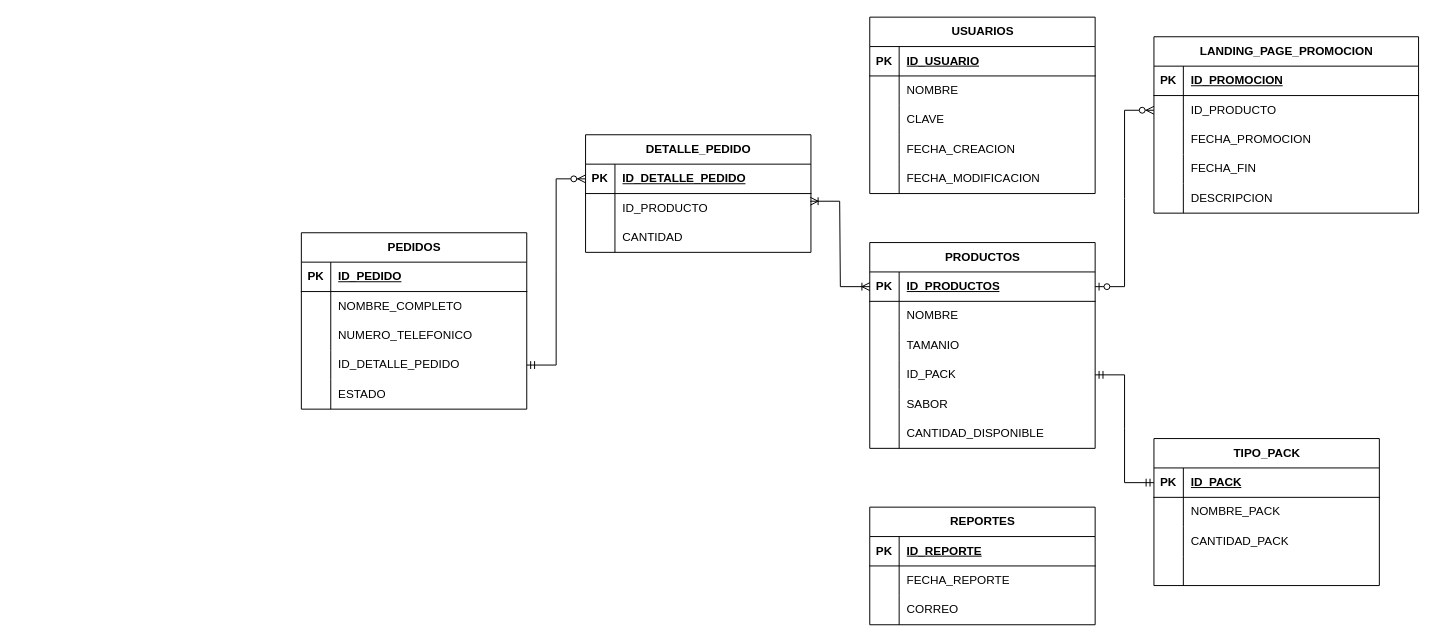
The draw.io diagram DB_Entidad_Relacion.drawio in DavidSantana872/GBar, before the edit. Source tidied: cells renumbered, new cells numbered last; positions are measured from the earlier drawing's top-left corner, leaving out a move shared by most shapes. Both pictures are drawn from the tidied source at 98%, with x=0, y=0 at pixel (271, 17).
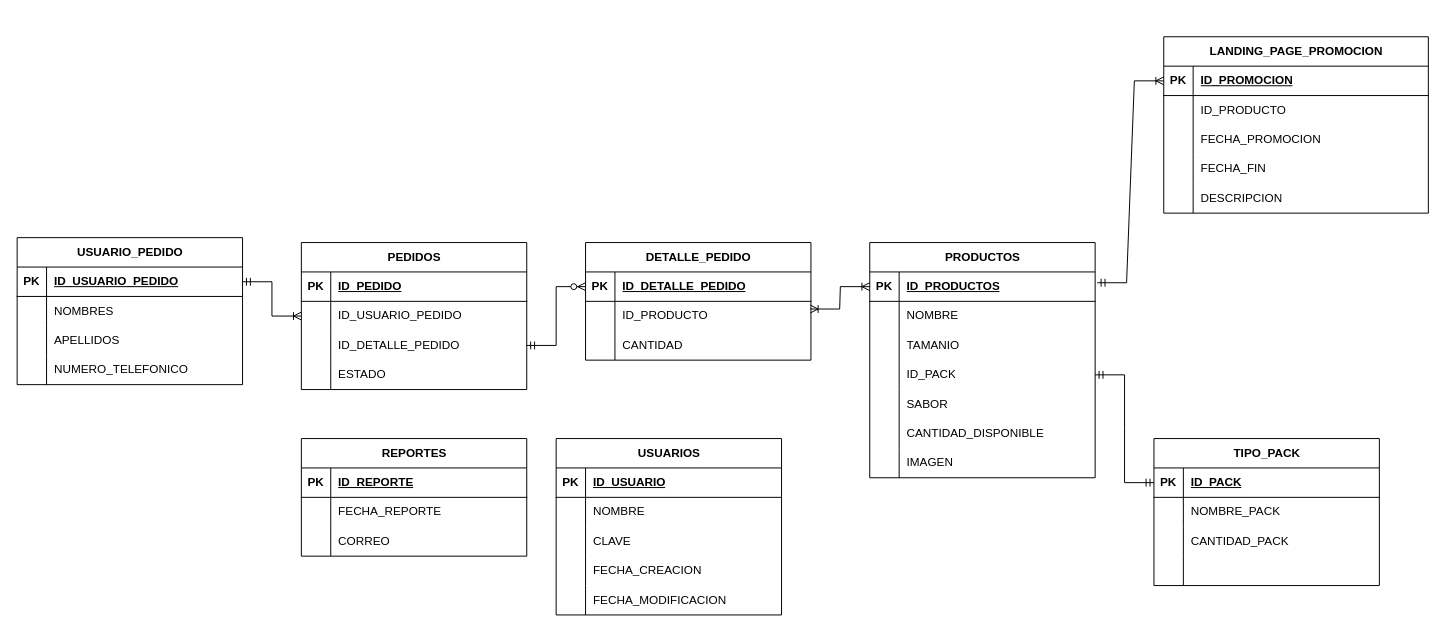
The same page after the edit.

The change refers to these unchanged cells:
```xml
<mxCell id="3" style="shape=tableRow;horizontal=0;startSize=0;swimlaneHead=0;swimlaneBody=0;fillColor=none;points=[[0,0.5],[1,0.5]];portConstraint=eastwest;top=0;left=0;right=0;bottom=1;" parent="2" vertex="1">
  <mxGeometry y="30" width="230" height="30" as="geometry" />
</mxCell>
<mxCell id="39" style="shape=tableRow;horizontal=0;startSize=0;swimlaneHead=0;swimlaneBody=0;fillColor=none;points=[[0,0.5],[1,0.5]];portConstraint=eastwest;top=0;left=0;right=0;bottom=0;" parent="35" vertex="1">
  <mxGeometry y="60" width="230" height="30" as="geometry" />
</mxCell>
<mxCell id="68" style="shape=tableRow;horizontal=0;startSize=0;swimlaneHead=0;swimlaneBody=0;fillColor=none;points=[[0,0.5],[1,0.5]];portConstraint=eastwest;top=0;left=0;right=0;bottom=1;" parent="67" vertex="1">
  <mxGeometry y="30" width="270" height="30" as="geometry" />
</mxCell>
<mxCell id="71" style="shape=tableRow;horizontal=0;startSize=0;swimlaneHead=0;swimlaneBody=0;fillColor=none;points=[[0,0.5],[1,0.5]];portConstraint=eastwest;top=0;left=0;right=0;bottom=0;" parent="67" vertex="1">
  <mxGeometry y="60" width="270" height="30" as="geometry" />
</mxCell>
```

Change to the diagram source:
```diff
@@
     <mxCell id="2" value="PRODUCTOS" style="shape=table;startSize=30;childLayout=tableLayout;rowLines=0;fontStyle=1;align=center;html=1;" parent="1" vertex="1">
-      <mxGeometry x="610" y="230" width="230" height="210" as="geometry" />
+      <mxGeometry x="610" y="230" width="230" height="240" as="geometry" />
     </mxCell>
@@
+    <mxCell id="106" style="shape=tableRow;horizontal=0;startSize=0;swimlaneHead=0;swimlaneBody=0;fillColor=none;top=0;left=0;right=0;bottom=0;" parent="2" vertex="1">
+      <mxGeometry y="210" width="230" height="30" as="geometry" />
+    </mxCell>
+    <mxCell id="107" style="shape=partialRectangle;fillColor=none;top=0;left=0;bottom=0;right=0;overflow=hidden;whiteSpace=wrap;html=1;" parent="106" vertex="1">
+      <mxGeometry width="30" height="30" as="geometry" />
+    </mxCell>
+    <mxCell id="108" value="IMAGEN" style="shape=partialRectangle;fillColor=none;top=0;left=0;bottom=0;right=0;align=left;spacingLeft=6;overflow=hidden;whiteSpace=wrap;html=1;" parent="106" vertex="1">
+      <mxGeometry x="30" width="200" height="30" as="geometry" />
+    </mxCell>
@@
     <mxCell id="35" value="PEDIDOS" style="shape=table;startSize=30;childLayout=tableLayout;rowLines=0;fontStyle=1;align=center;html=1;" parent="1" vertex="1">
-      <mxGeometry x="30" y="220" width="230" height="180" as="geometry" />
+      <mxGeometry x="30" y="230" width="230" height="150" as="geometry" />
     </mxCell>
@@
-    <mxCell id="41" value="NOMBRE_COMPLETO" style="shape=partialRectangle;fillColor=none;top=0;left=0;bottom=0;right=0;align=left;spacingLeft=6;overflow=hidden;whiteSpace=wrap;html=1;" parent="39" vertex="1">
+    <mxCell id="41" value="ID_USUARIO_PEDIDO" style="shape=partialRectangle;fillColor=none;top=0;left=0;bottom=0;right=0;align=left;spacingLeft=6;overflow=hidden;whiteSpace=wrap;html=1;" parent="39" vertex="1">
       <mxGeometry x="30" width="200" height="30" as="geometry" />
     </mxCell>
-    <mxCell id="42" style="shape=tableRow;horizontal=0;startSize=0;swimlaneHead=0;swimlaneBody=0;fillColor=none;top=0;left=0;right=0;bottom=0;" parent="35" vertex="1">
-      <mxGeometry y="90" width="230" height="30" as="geometry" />
-    </mxCell>
-    <mxCell id="43" style="shape=partialRectangle;fillColor=none;top=0;left=0;bottom=0;right=0;overflow=hidden;whiteSpace=wrap;html=1;" parent="42" vertex="1">
-      <mxGeometry width="30" height="30" as="geometry" />
-    </mxCell>
-    <mxCell id="44" value="NUMERO_TELEFONICO&amp;nbsp;" style="shape=partialRectangle;fillColor=none;top=0;left=0;bottom=0;right=0;align=left;spacingLeft=6;overflow=hidden;whiteSpace=wrap;html=1;" parent="42" vertex="1">
-      <mxGeometry x="30" width="200" height="30" as="geometry" />
-    </mxCell>
     <mxCell id="45" style="shape=tableRow;horizontal=0;startSize=0;swimlaneHead=0;swimlaneBody=0;fillColor=none;points=[[0,0.5],[1,0.5]];portConstraint=eastwest;top=0;left=0;right=0;bottom=0;" parent="35" vertex="1">
-      <mxGeometry y="120" width="230" height="30" as="geometry" />
+      <mxGeometry y="90" width="230" height="30" as="geometry" />
     </mxCell>
@@
     <mxCell id="48" style="shape=tableRow;horizontal=0;startSize=0;swimlaneHead=0;swimlaneBody=0;fillColor=none;top=0;left=0;right=0;bottom=0;" parent="35" vertex="1">
-      <mxGeometry y="150" width="230" height="30" as="geometry" />
+      <mxGeometry y="120" width="230" height="30" as="geometry" />
     </mxCell>
@@
     <mxCell id="51" value="USUARIOS" style="shape=table;startSize=30;childLayout=tableLayout;rowLines=0;fontStyle=1;align=center;html=1;" parent="1" vertex="1">
-      <mxGeometry x="610" width="230" height="180" as="geometry" />
+      <mxGeometry x="290" y="430" width="230" height="180" as="geometry" />
     </mxCell>
@@
     <mxCell id="67" value="LANDING_PAGE_PROMOCION" style="shape=table;startSize=30;childLayout=tableLayout;rowLines=0;fontStyle=1;align=center;html=1;" parent="1" vertex="1">
-      <mxGeometry x="900" y="20" width="270" height="180" as="geometry" />
+      <mxGeometry x="910" y="20" width="270" height="180" as="geometry" />
     </mxCell>
@@
-    <mxCell id="83" style="edgeStyle=entityRelationEdgeStyle;fontSize=12;html=1;endArrow=ERzeroToMany;startArrow=ERzeroToOne;rounded=0;exitX=1;exitY=0.5;exitDx=0;exitDy=0;entryX=0;entryY=0.5;entryDx=0;entryDy=0;" parent="1" edge="1" source="3" target="71">
-      <mxGeometry relative="1" as="geometry" />
-    </mxCell>
@@
     <mxCell id="85" value="REPORTES" style="shape=table;startSize=30;childLayout=tableLayout;rowLines=0;fontStyle=1;align=center;html=1;" parent="1" vertex="1">
-      <mxGeometry x="610" y="500" width="230" height="120" as="geometry" />
+      <mxGeometry x="30" y="430" width="230" height="120" as="geometry" />
     </mxCell>
@@
     <mxCell id="95" value="DETALLE_PEDIDO" style="shape=table;startSize=30;childLayout=tableLayout;rowLines=0;fontStyle=1;align=center;html=1;" parent="1" vertex="1">
-      <mxGeometry x="320" y="120" width="230" height="120" as="geometry" />
+      <mxGeometry x="320" y="230" width="230" height="120" as="geometry" />
     </mxCell>
@@
+    <mxCell id="109" value="USUARIO_PEDIDO" style="shape=table;startSize=30;childLayout=tableLayout;rowLines=0;fontStyle=1;align=center;html=1;" parent="1" vertex="1">
+      <mxGeometry x="-260" y="225" width="230" height="150" as="geometry" />
+    </mxCell>
+    <mxCell id="110" style="shape=tableRow;horizontal=0;startSize=0;swimlaneHead=0;swimlaneBody=0;fillColor=none;points=[[0,0.5],[1,0.5]];portConstraint=eastwest;top=0;left=0;right=0;bottom=1;" parent="109" vertex="1">
+      <mxGeometry y="30" width="230" height="30" as="geometry" />
+    </mxCell>
+    <mxCell id="111" value="PK" style="shape=partialRectangle;fillColor=none;top=0;left=0;bottom=0;right=0;fontStyle=1;overflow=hidden;whiteSpace=wrap;html=1;" parent="110" vertex="1">
+      <mxGeometry width="30" height="30" as="geometry" />
+    </mxCell>
+    <mxCell id="112" value="ID_USUARIO_PEDIDO" style="shape=partialRectangle;fillColor=none;top=0;left=0;bottom=0;right=0;align=left;spacingLeft=6;fontStyle=5;overflow=hidden;whiteSpace=wrap;html=1;" parent="110" vertex="1">
+      <mxGeometry x="30" width="200" height="30" as="geometry" />
+    </mxCell>
+    <mxCell id="113" style="shape=tableRow;horizontal=0;startSize=0;swimlaneHead=0;swimlaneBody=0;fillColor=none;top=0;left=0;right=0;bottom=0;" parent="109" vertex="1">
+      <mxGeometry y="60" width="230" height="30" as="geometry" />
+    </mxCell>
+    <mxCell id="114" style="shape=partialRectangle;fillColor=none;top=0;left=0;bottom=0;right=0;overflow=hidden;whiteSpace=wrap;html=1;" parent="113" vertex="1">
+      <mxGeometry width="30" height="30" as="geometry" />
+    </mxCell>
+    <mxCell id="115" value="NOMBRES" style="shape=partialRectangle;fillColor=none;top=0;left=0;bottom=0;right=0;align=left;spacingLeft=6;overflow=hidden;whiteSpace=wrap;html=1;" parent="113" vertex="1">
+      <mxGeometry x="30" width="200" height="30" as="geometry" />
+    </mxCell>
+    <mxCell id="42" style="shape=tableRow;horizontal=0;startSize=0;swimlaneHead=0;swimlaneBody=0;fillColor=none;top=0;left=0;right=0;bottom=0;" parent="109" vertex="1">
+      <mxGeometry y="90" width="230" height="30" as="geometry" />
+    </mxCell>
+    <mxCell id="116" style="shape=partialRectangle;fillColor=none;top=0;left=0;bottom=0;right=0;overflow=hidden;whiteSpace=wrap;html=1;" parent="42" vertex="1">
+      <mxGeometry width="30" height="30" as="geometry" />
+    </mxCell>
+    <mxCell id="117" value="APELLIDOS" style="shape=partialRectangle;fillColor=none;top=0;left=0;bottom=0;right=0;align=left;spacingLeft=6;overflow=hidden;whiteSpace=wrap;html=1;" parent="42" vertex="1">
+      <mxGeometry x="30" width="200" height="30" as="geometry" />
+    </mxCell>
+    <mxCell id="118" style="shape=tableRow;horizontal=0;startSize=0;swimlaneHead=0;swimlaneBody=0;fillColor=none;top=0;left=0;right=0;bottom=0;" parent="109" vertex="1">
+      <mxGeometry y="120" width="230" height="30" as="geometry" />
+    </mxCell>
+    <mxCell id="119" style="shape=partialRectangle;fillColor=none;top=0;left=0;bottom=0;right=0;overflow=hidden;whiteSpace=wrap;html=1;" parent="118" vertex="1">
+      <mxGeometry width="30" height="30" as="geometry" />
+    </mxCell>
+    <mxCell id="44" value="NUMERO_TELEFONICO" style="shape=partialRectangle;fillColor=none;top=0;left=0;bottom=0;right=0;align=left;spacingLeft=6;overflow=hidden;whiteSpace=wrap;html=1;" parent="118" vertex="1">
+      <mxGeometry x="30" width="200" height="30" as="geometry" />
+    </mxCell>
+    <mxCell id="120" style="edgeStyle=entityRelationEdgeStyle;fontSize=12;html=1;endArrow=ERoneToMany;startArrow=ERmandOne;rounded=0;exitX=1;exitY=0.5;exitDx=0;exitDy=0;entryX=0;entryY=0.5;entryDx=0;entryDy=0;" parent="1" edge="1" source="110" target="39">
+      <mxGeometry relative="1" as="geometry" />
+    </mxCell>
+    <mxCell id="121" style="edgeStyle=entityRelationEdgeStyle;fontSize=12;html=1;endArrow=ERoneToMany;startArrow=ERmandOne;rounded=0;exitX=1.009;exitY=0.367;exitDx=0;exitDy=0;exitPerimeter=0;entryX=0;entryY=0.5;entryDx=0;entryDy=0;" parent="1" edge="1" source="3" target="68">
+      <mxGeometry relative="1" as="geometry" />
+    </mxCell>
```
